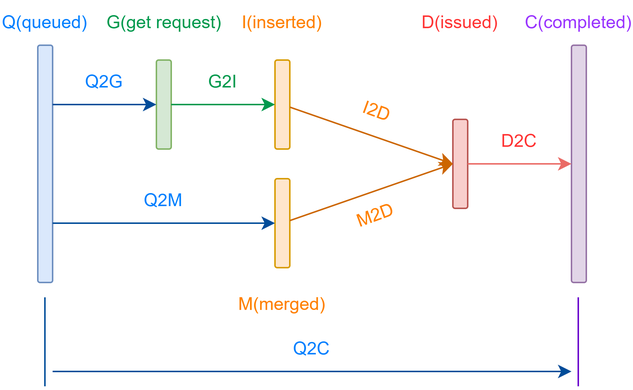
MrJu/share keeps this draw.io diagram as blktrace_01.png. Above is the earlier version. Source tidied: cells renumbered, new cells last; positions are measured from the earlier drawing's top-left corner, leaving out a move shared by most shapes.
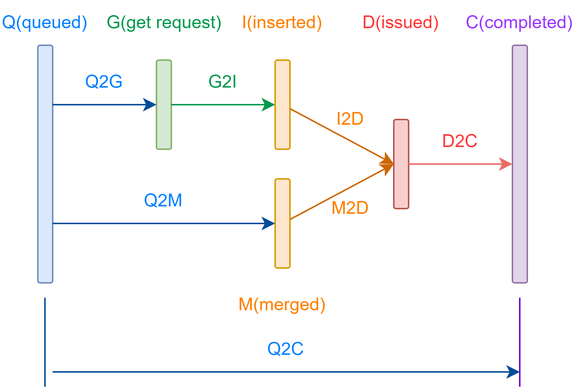
After the change.

The edit, as a diff of the source:
```diff
@@ -2,104 +2,100 @@
   <root>
     <mxCell id="0" />
     <mxCell id="1" parent="0" />
-    <mxCell id="2" style="group;" parent="1" vertex="1">
-      <mxGeometry width="420" height="260" as="geometry" />
-    </mxCell>
-    <mxCell id="3" style="endArrow=classic;html=1;rounded=0;strokeColor=#004C99;" parent="2" edge="1">
+    <mxCell id="3" style="endArrow=classic;html=1;rounded=0;strokeColor=#004C99;" parent="1" edge="1">
       <mxGeometry relative="1" as="geometry">
-        <mxPoint x="35" y="250" as="sourcePoint" />
-        <mxPoint x="385" y="250" as="targetPoint" />
+        <mxPoint x="50" y="580" as="sourcePoint" />
+        <mxPoint x="365" y="580" as="targetPoint" />
       </mxGeometry>
     </mxCell>
-    <mxCell id="4" value="Q2G" style="text;html=1;strokeColor=none;fillColor=none;align=center;verticalAlign=middle;whiteSpace=wrap;rounded=0;fontColor=#007FFF;" parent="2" vertex="1">
-      <mxGeometry x="35" y="40" width="70" height="30" as="geometry" />
+    <mxCell id="4" value="Q2G" style="text;html=1;strokeColor=none;fillColor=none;align=center;verticalAlign=middle;whiteSpace=wrap;rounded=0;fontColor=#007FFF;" parent="1" vertex="1">
+      <mxGeometry x="50" y="370" width="70" height="30" as="geometry" />
     </mxCell>
-    <mxCell id="5" value="G2I" style="text;html=1;strokeColor=none;fillColor=none;align=center;verticalAlign=middle;whiteSpace=wrap;rounded=0;fontColor=#00994D;" parent="2" vertex="1">
-      <mxGeometry x="115" y="40" width="70" height="30" as="geometry" />
+    <mxCell id="5" value="G2I" style="text;html=1;strokeColor=none;fillColor=none;align=center;verticalAlign=middle;whiteSpace=wrap;rounded=0;fontColor=#00994D;" parent="1" vertex="1">
+      <mxGeometry x="130" y="370" width="70" height="30" as="geometry" />
     </mxCell>
-    <mxCell id="6" style="rounded=1;whiteSpace=wrap;html=1;fillColor=#dae8fc;strokeColor=#6c8ebf;" parent="2" vertex="1">
-      <mxGeometry x="25" y="30" width="10" height="160" as="geometry" />
+    <mxCell id="6" style="rounded=1;whiteSpace=wrap;html=1;fillColor=#dae8fc;strokeColor=#6c8ebf;" parent="1" vertex="1">
+      <mxGeometry x="40" y="360" width="10" height="160" as="geometry" />
     </mxCell>
-    <mxCell id="7" style="rounded=1;whiteSpace=wrap;html=1;fillColor=#d5e8d4;strokeColor=#82b366;" parent="2" vertex="1">
-      <mxGeometry x="105" y="40" width="10" height="60" as="geometry" />
+    <mxCell id="7" style="rounded=1;whiteSpace=wrap;html=1;fillColor=#d5e8d4;strokeColor=#82b366;" parent="1" vertex="1">
+      <mxGeometry x="120" y="370" width="10" height="60" as="geometry" />
     </mxCell>
-    <mxCell id="8" style="edgeStyle=orthogonalEdgeStyle;rounded=0;jettySize=auto;html=1;exitX=1;exitY=0.25;exitDx=0;exitDy=0;entryX=0;entryY=0.5;entryDx=0;entryDy=0;strokeColor=#004C99;" parent="2" edge="1" source="6" target="7">
+    <mxCell id="8" style="edgeStyle=orthogonalEdgeStyle;rounded=0;jettySize=auto;html=1;exitX=1;exitY=0.25;exitDx=0;exitDy=0;entryX=0;entryY=0.5;entryDx=0;entryDy=0;strokeColor=#004C99;" parent="1" edge="1" source="6" target="7">
       <mxGeometry relative="1" as="geometry" />
     </mxCell>
-    <mxCell id="9" style="rounded=1;whiteSpace=wrap;html=1;fillColor=#ffe6cc;strokeColor=#d79b00;" parent="2" vertex="1">
-      <mxGeometry x="185" y="40" width="10" height="60" as="geometry" />
+    <mxCell id="9" style="rounded=1;whiteSpace=wrap;html=1;fillColor=#ffe6cc;strokeColor=#d79b00;" parent="1" vertex="1">
+      <mxGeometry x="200" y="370" width="10" height="60" as="geometry" />
     </mxCell>
-    <mxCell id="10" style="edgeStyle=orthogonalEdgeStyle;rounded=0;jettySize=auto;html=1;entryX=0;entryY=0.5;entryDx=0;entryDy=0;strokeColor=#00994D;" parent="2" edge="1" source="7" target="9">
+    <mxCell id="10" style="edgeStyle=orthogonalEdgeStyle;rounded=0;jettySize=auto;html=1;entryX=0;entryY=0.5;entryDx=0;entryDy=0;strokeColor=#00994D;" parent="1" edge="1" source="7" target="9">
       <mxGeometry relative="1" as="geometry" />
     </mxCell>
-    <mxCell id="11" style="rounded=1;whiteSpace=wrap;html=1;fillColor=#ffe6cc;strokeColor=#d79b00;" parent="2" vertex="1">
-      <mxGeometry x="185" y="120" width="10" height="60" as="geometry" />
+    <mxCell id="11" style="rounded=1;whiteSpace=wrap;html=1;fillColor=#ffe6cc;strokeColor=#d79b00;" parent="1" vertex="1">
+      <mxGeometry x="200" y="450" width="10" height="60" as="geometry" />
     </mxCell>
-    <mxCell id="12" style="edgeStyle=orthogonalEdgeStyle;rounded=0;jettySize=auto;html=1;exitX=1;exitY=0.75;exitDx=0;exitDy=0;entryX=0;entryY=0.5;entryDx=0;entryDy=0;strokeColor=#004C99;" parent="2" edge="1" source="6" target="11">
+    <mxCell id="12" style="edgeStyle=orthogonalEdgeStyle;rounded=0;jettySize=auto;html=1;exitX=1;exitY=0.75;exitDx=0;exitDy=0;entryX=0;entryY=0.5;entryDx=0;entryDy=0;strokeColor=#004C99;" parent="1" edge="1" source="6" target="11">
       <mxGeometry relative="1" as="geometry" />
     </mxCell>
-    <mxCell id="13" style="rounded=1;whiteSpace=wrap;html=1;fillColor=#f8cecc;strokeColor=#b85450;" parent="2" vertex="1">
-      <mxGeometry x="305" y="80" width="10" height="60" as="geometry" />
+    <mxCell id="13" style="rounded=1;whiteSpace=wrap;html=1;fillColor=#f8cecc;strokeColor=#b85450;" parent="1" vertex="1">
+      <mxGeometry x="280" y="410" width="10" height="60" as="geometry" />
     </mxCell>
-    <mxCell id="14" style="jettySize=auto;html=1;entryX=0;entryY=0.5;entryDx=0;entryDy=0;rounded=0;strokeColor=#CC6600;" parent="2" edge="1" source="9" target="13">
-      <mxGeometry relative="1" as="geometry" />
+    <mxCell id="14" style="jettySize=auto;html=1;rounded=0;strokeColor=#CC6600;" parent="1" edge="1" source="9">
+      <mxGeometry relative="1" as="geometry">
+        <mxPoint x="280" y="440" as="targetPoint" />
+      </mxGeometry>
     </mxCell>
-    <mxCell id="15" style="jettySize=auto;html=1;entryX=0;entryY=0.5;entryDx=0;entryDy=0;rounded=0;strokeColor=#CC6600;" parent="2" edge="1" source="11" target="13">
+    <mxCell id="15" style="jettySize=auto;html=1;rounded=0;strokeColor=#CC6600;entryX=0;entryY=0.5;entryDx=0;entryDy=0;" parent="1" edge="1" source="11" target="13">
       <mxGeometry relative="1" as="geometry" />
     </mxCell>
-    <mxCell id="16" style="rounded=1;whiteSpace=wrap;html=1;fillColor=#e1d5e7;strokeColor=#9673a6;" parent="2" vertex="1">
-      <mxGeometry x="385" y="30" width="10" height="160" as="geometry" />
+    <mxCell id="16" style="rounded=1;whiteSpace=wrap;html=1;fillColor=#e1d5e7;strokeColor=#9673a6;" parent="1" vertex="1">
+      <mxGeometry x="360" y="360" width="10" height="160" as="geometry" />
     </mxCell>
-    <mxCell id="17" style="edgeStyle=orthogonalEdgeStyle;rounded=1;jettySize=auto;html=1;entryX=0;entryY=0.5;entryDx=0;entryDy=0;strokeColor=#EA6B66;" parent="2" edge="1" source="13" target="16">
+    <mxCell id="17" style="edgeStyle=orthogonalEdgeStyle;rounded=1;jettySize=auto;html=1;entryX=0;entryY=0.5;entryDx=0;entryDy=0;strokeColor=#EA6B66;" parent="1" edge="1" source="13" target="16">
       <mxGeometry relative="1" as="geometry" />
     </mxCell>
-    <mxCell id="18" style="edgeStyle=none;rounded=0;jettySize=auto;html=1;" parent="2" edge="1" source="19" target="16">
-      <mxGeometry relative="1" as="geometry" />
-    </mxCell>
-    <mxCell id="19" value="D2C" style="text;html=1;strokeColor=none;fillColor=none;align=center;verticalAlign=middle;whiteSpace=wrap;rounded=0;fontColor=#FF3333;" parent="2" vertex="1">
-      <mxGeometry x="315" y="80" width="70" height="30" as="geometry" />
+    <mxCell id="19" value="D2C" style="text;html=1;strokeColor=none;fillColor=none;align=center;verticalAlign=middle;whiteSpace=wrap;rounded=0;fontColor=#FF3333;" parent="1" vertex="1">
+      <mxGeometry x="290" y="410" width="70" height="30" as="geometry" />
     </mxCell>
-    <mxCell id="20" value="Q(queued)" style="text;html=1;strokeColor=none;fillColor=none;align=center;verticalAlign=middle;whiteSpace=wrap;rounded=0;fontColor=#007FFF;" parent="2" vertex="1">
-      <mxGeometry width="60" height="30" as="geometry" />
+    <mxCell id="20" value="Q(queued)" style="text;html=1;strokeColor=none;fillColor=none;align=center;verticalAlign=middle;whiteSpace=wrap;rounded=0;fontColor=#007FFF;" parent="1" vertex="1">
+      <mxGeometry x="15" y="330" width="60" height="30" as="geometry" />
     </mxCell>
-    <mxCell id="21" value="G(get request)" style="text;html=1;strokeColor=none;fillColor=none;align=center;verticalAlign=middle;whiteSpace=wrap;rounded=0;fontColor=#00994D;" parent="2" vertex="1">
-      <mxGeometry x="67.5" width="85" height="30" as="geometry" />
+    <mxCell id="21" value="G(get request)" style="text;html=1;strokeColor=none;fillColor=none;align=center;verticalAlign=middle;whiteSpace=wrap;rounded=0;fontColor=#00994D;" parent="1" vertex="1">
+      <mxGeometry x="82.5" y="330" width="85" height="30" as="geometry" />
     </mxCell>
-    <mxCell id="22" value="I(inserted)" style="text;html=1;strokeColor=none;fillColor=none;align=center;verticalAlign=middle;whiteSpace=wrap;rounded=0;fontColor=#FF8000;" parent="2" vertex="1">
-      <mxGeometry x="160" width="60" height="30" as="geometry" />
+    <mxCell id="22" value="I(inserted)" style="text;html=1;strokeColor=none;fillColor=none;align=center;verticalAlign=middle;whiteSpace=wrap;rounded=0;fontColor=#FF8000;" parent="1" vertex="1">
+      <mxGeometry x="175" y="330" width="60" height="30" as="geometry" />
     </mxCell>
-    <mxCell id="23" value="D(issued)" style="text;html=1;strokeColor=none;fillColor=none;align=center;verticalAlign=middle;whiteSpace=wrap;rounded=0;fontColor=#FF3333;" parent="2" vertex="1">
-      <mxGeometry x="280" width="60" height="30" as="geometry" />
+    <mxCell id="23" value="D(issued)" style="text;html=1;strokeColor=none;fillColor=none;align=center;verticalAlign=middle;whiteSpace=wrap;rounded=0;fontColor=#FF3333;" parent="1" vertex="1">
+      <mxGeometry x="255" y="330" width="60" height="30" as="geometry" />
     </mxCell>
-    <mxCell id="24" value="C(completed)" style="text;html=1;strokeColor=none;fillColor=none;align=center;verticalAlign=middle;whiteSpace=wrap;rounded=0;fontColor=#9933FF;" parent="2" vertex="1">
-      <mxGeometry x="360" width="60" height="30" as="geometry" />
+    <mxCell id="24" value="C(completed)" style="text;html=1;strokeColor=none;fillColor=none;align=center;verticalAlign=middle;whiteSpace=wrap;rounded=0;fontColor=#9933FF;" parent="1" vertex="1">
+      <mxGeometry x="335" y="330" width="60" height="30" as="geometry" />
     </mxCell>
-    <mxCell id="25" value="M(merged)" style="text;html=1;strokeColor=none;fillColor=none;align=center;verticalAlign=middle;whiteSpace=wrap;rounded=0;fontColor=#FF8000;" parent="2" vertex="1">
-      <mxGeometry x="160" y="190" width="60" height="30" as="geometry" />
+    <mxCell id="25" value="M(merged)" style="text;html=1;strokeColor=none;fillColor=none;align=center;verticalAlign=middle;whiteSpace=wrap;rounded=0;fontColor=#FF8000;" parent="1" vertex="1">
+      <mxGeometry x="175" y="520" width="60" height="30" as="geometry" />
     </mxCell>
-    <mxCell id="26" value="Q2M" style="text;html=1;strokeColor=none;fillColor=none;align=center;verticalAlign=middle;whiteSpace=wrap;rounded=0;fontColor=#007FFF;" parent="2" vertex="1">
-      <mxGeometry x="35" y="120" width="150" height="30" as="geometry" />
+    <mxCell id="26" value="Q2M" style="text;html=1;strokeColor=none;fillColor=none;align=center;verticalAlign=middle;whiteSpace=wrap;rounded=0;fontColor=#007FFF;" parent="1" vertex="1">
+      <mxGeometry x="50" y="450" width="150" height="30" as="geometry" />
     </mxCell>
-    <mxCell id="27" value="M2D" style="text;html=1;strokeColor=none;fillColor=none;align=center;verticalAlign=middle;whiteSpace=wrap;rounded=0;rotation=-20;fontColor=#FF8000;" parent="2" vertex="1">
-      <mxGeometry x="233.2" y="130.3" width="40" height="29.4" as="geometry" />
+    <mxCell id="27" value="M2D" style="text;html=1;strokeColor=none;fillColor=none;align=center;verticalAlign=middle;whiteSpace=wrap;rounded=0;rotation=0;fontColor=#FF8000;" parent="1" vertex="1">
+      <mxGeometry x="230.9" y="455" width="40" height="29.4" as="geometry" />
     </mxCell>
-    <mxCell id="28" value="I2D" style="text;html=1;strokeColor=none;fillColor=none;align=center;verticalAlign=middle;whiteSpace=wrap;rounded=0;rotation=20;fontColor=#FF8000;" parent="2" vertex="1">
-      <mxGeometry x="233.2" y="60" width="41.8" height="29.4" as="geometry" />
+    <mxCell id="28" value="I2D" style="text;html=1;strokeColor=none;fillColor=none;align=center;verticalAlign=middle;whiteSpace=wrap;rounded=0;rotation=0;fontColor=#FF8000;" parent="1" vertex="1">
+      <mxGeometry x="230" y="395" width="41.8" height="29.4" as="geometry" />
     </mxCell>
-    <mxCell id="29" style="endArrow=none;html=1;rounded=0;strokeColor=#004C99;endFill=0;" parent="2" edge="1">
+    <mxCell id="29" style="endArrow=none;html=1;rounded=0;strokeColor=#004C99;endFill=0;" parent="1" edge="1">
       <mxGeometry relative="1" as="geometry">
-        <mxPoint x="29.8" y="260" as="sourcePoint" />
-        <mxPoint x="29.8" y="200" as="targetPoint" />
+        <mxPoint x="44.8" y="590" as="sourcePoint" />
+        <mxPoint x="44.8" y="530" as="targetPoint" />
       </mxGeometry>
     </mxCell>
-    <mxCell id="30" style="endArrow=none;html=1;rounded=0;strokeColor=#6600CC;" parent="2" edge="1">
+    <mxCell id="30" style="endArrow=none;html=1;rounded=0;strokeColor=#6600CC;" parent="1" edge="1">
       <mxGeometry relative="1" as="geometry">
-        <mxPoint x="389.6" y="260" as="sourcePoint" />
-        <mxPoint x="389.6" y="200" as="targetPoint" />
+        <mxPoint x="364.9" y="590" as="sourcePoint" />
+        <mxPoint x="364.9" y="530" as="targetPoint" />
       </mxGeometry>
     </mxCell>
-    <mxCell id="31" value="Q2C" style="text;html=1;strokeColor=none;fillColor=none;align=center;verticalAlign=middle;whiteSpace=wrap;rounded=0;fontColor=#007FFF;" parent="2" vertex="1">
-      <mxGeometry x="35" y="220" width="350" height="30" as="geometry" />
+    <mxCell id="31" value="Q2C" style="text;html=1;strokeColor=none;fillColor=none;align=center;verticalAlign=middle;whiteSpace=wrap;rounded=0;fontColor=#007FFF;" parent="1" vertex="1">
+      <mxGeometry x="50" y="550" width="315" height="30" as="geometry" />
     </mxCell>
   </root>
 </mxGraphModel>
```
